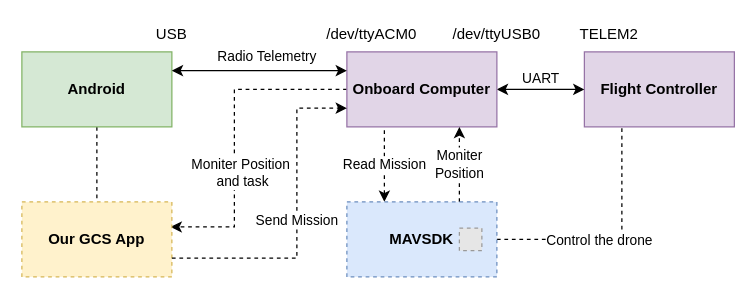
Above: 0507-com-confirm1.drawio in RoboDD/my-flow-chart (draw.io), before the change. Source tidied: cells renumbered, new cells numbered last; positions are measured from the earlier drawing's top-left corner, leaving out a move shared by most shapes. Both pictures are drawn from the tidied source at 125%, with x=0, y=0 at pixel (21, 21). Pictures stored in the file or linked from it are replaced by grey dashed boxes.
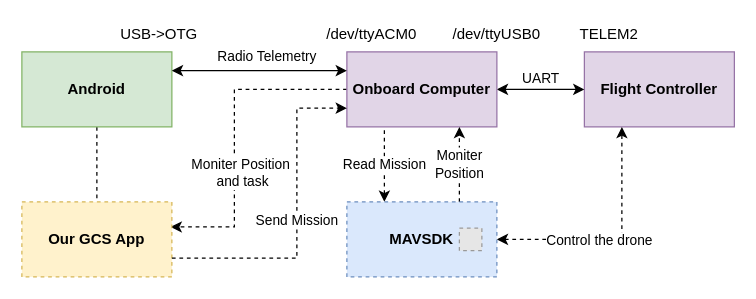
After the change.

Unchanged cells that the change refers to:
```xml
<mxCell id="2" value="Flight Controller" style="rounded=0;whiteSpace=wrap;html=1;fillColor=#e1d5e7;strokeColor=#9673a6;fontStyle=1;" parent="1" vertex="1">
  <mxGeometry x="450" y="24" width="120" height="60" as="geometry" />
</mxCell>
<mxCell id="15" value="MAVSDK" style="rounded=0;whiteSpace=wrap;html=1;fillColor=#dae8fc;strokeColor=#6c8ebf;fontStyle=1;dashed=1;" parent="1" vertex="1">
  <mxGeometry x="260" y="144" width="120" height="60" as="geometry" />
</mxCell>
```

Change to the diagram source:
```diff
@@
-    <mxCell id="8" style="edgeStyle=orthogonalEdgeStyle;rounded=0;jettySize=auto;html=1;entryX=0.25;entryY=1;entryDx=0;entryDy=0;dashed=1;startArrow=none;startFill=0;endArrow=none;endFill=0;" parent="1" edge="1" source="15" target="2">
+    <mxCell id="8" style="edgeStyle=orthogonalEdgeStyle;rounded=0;jettySize=auto;html=1;entryX=0.25;entryY=1;entryDx=0;entryDy=0;dashed=1;startArrow=classic;startFill=1;endArrow=classic;endFill=1;" parent="1" edge="1" source="15" target="2">
       <mxGeometry relative="1" as="geometry" />
     </mxCell>
@@
-    <mxCell id="23" value="USB" style="text;html=1;strokeColor=none;fillColor=none;align=center;verticalAlign=middle;whiteSpace=wrap;rounded=0;" parent="1" vertex="1">
-      <mxGeometry x="100" width="40" height="20" as="geometry" />
+    <mxCell id="23" value="USB-&amp;gt;OTG" style="text;html=1;strokeColor=none;fillColor=none;align=center;verticalAlign=middle;whiteSpace=wrap;rounded=0;" parent="1" vertex="1">
+      <mxGeometry x="70" width="80" height="20" as="geometry" />
     </mxCell>
```
